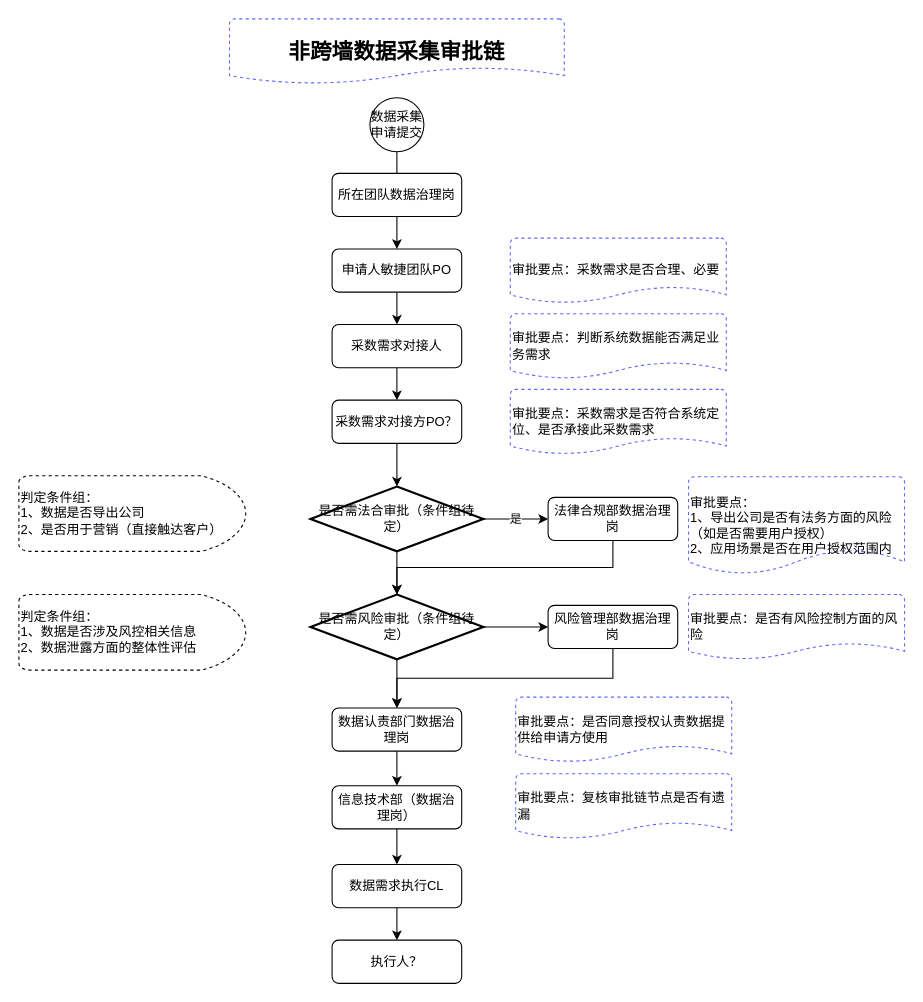
Before: 数据授权.drawio in sidonghua/wuziqi, a draw.io diagram. Source tidied: cells renumbered, new cells numbered last; positions are measured from the earlier drawing's top-left corner, leaving out a move shared by most shapes. Both pictures are drawn from the tidied source at 108%, with x=0, y=0 at pixel (18, 18).
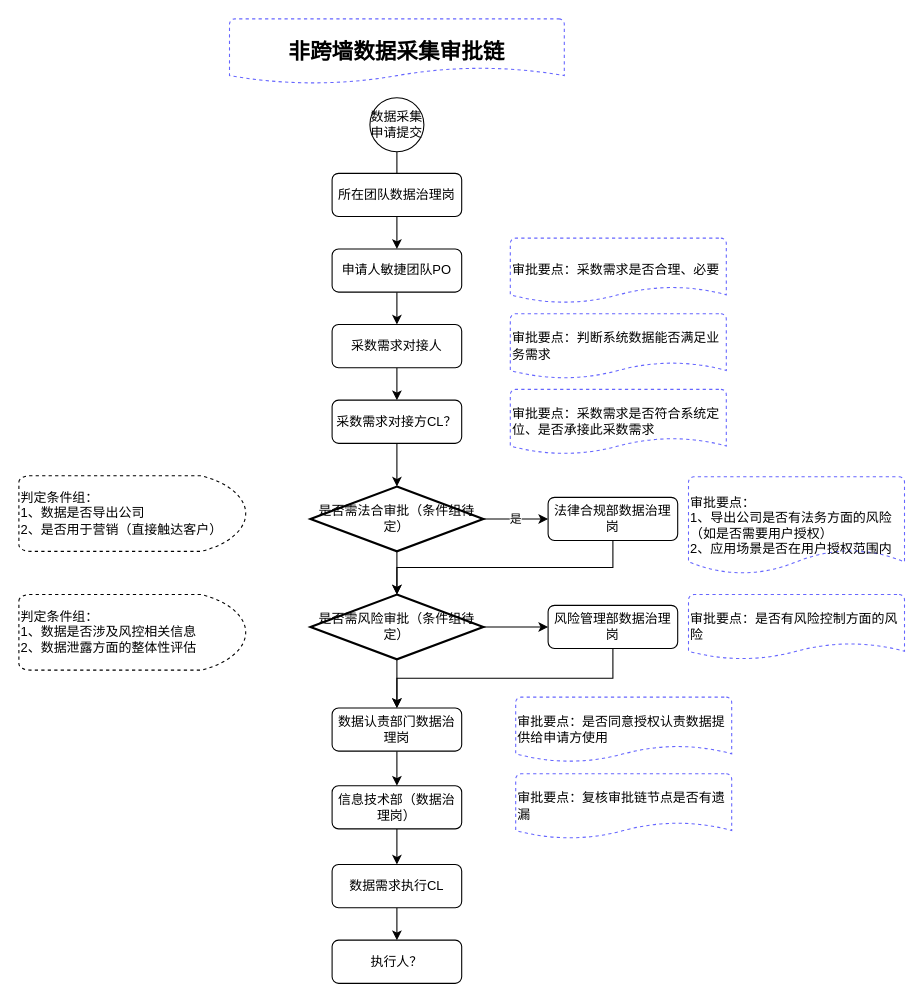
After the change.

The edit, as a diff of the source:
```diff
@@
-    <mxCell id="7" value="采数需求对接方PO？" style="rounded=1;whiteSpace=wrap;html=1;" parent="1" vertex="1">
+    <mxCell id="7" value="采数需求对接方CL？" style="rounded=1;whiteSpace=wrap;html=1;" parent="1" vertex="1">
       <mxGeometry x="290" y="353" width="120" height="40" as="geometry" />
     </mxCell>
```
